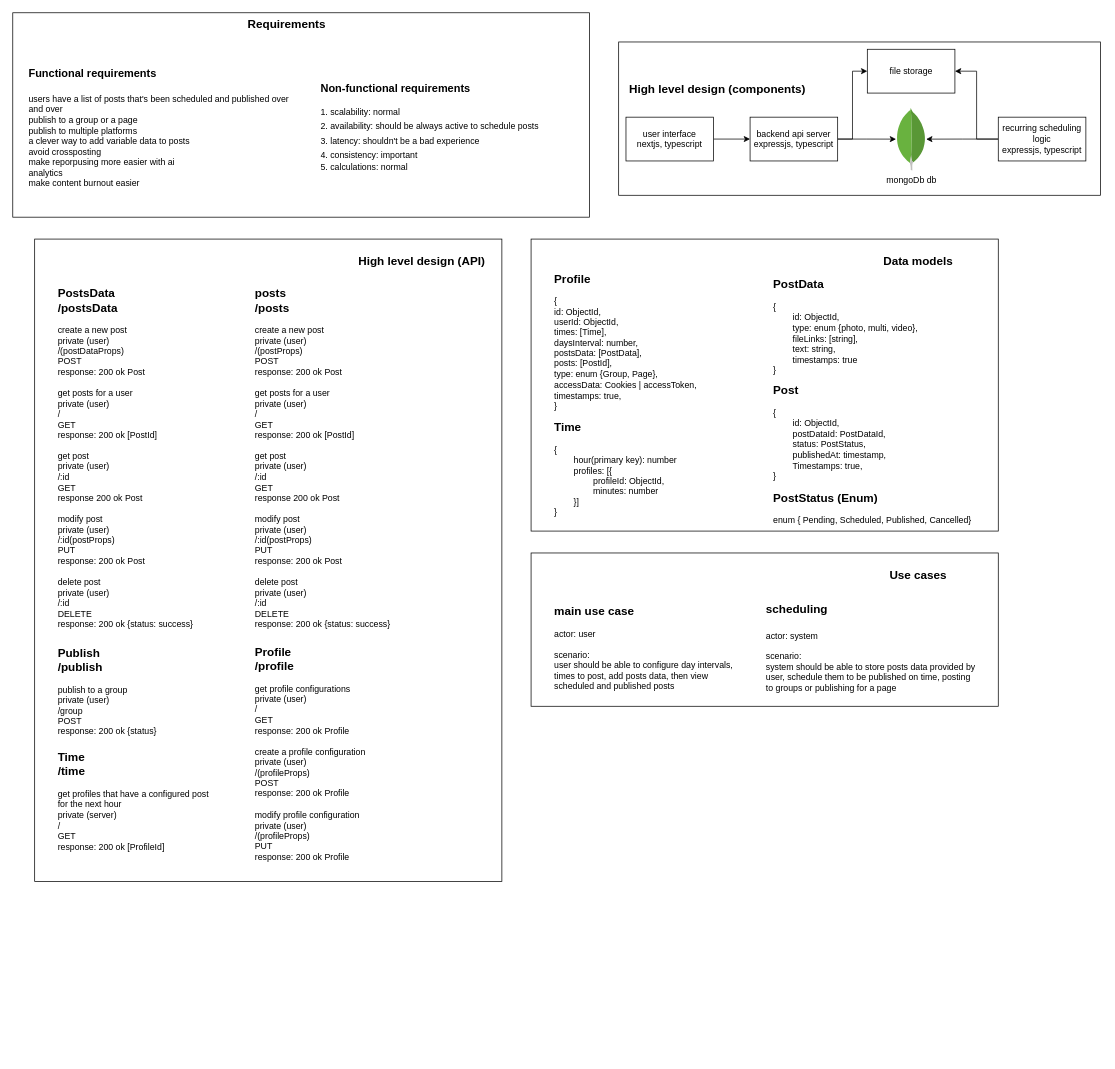
The draw.io diagram page "high-level" (1 of 3) of auto-post.drawio in ahmed-elbehairy7/pamylka-system-design, before the edit. Source tidied: cells renumbered, new cells numbered last; positions are measured from the earlier drawing's top-left corner, leaving out a move shared by most shapes. Both pictures are drawn from the tidied source at 73%, with x=0, y=0 at pixel (12, 12).
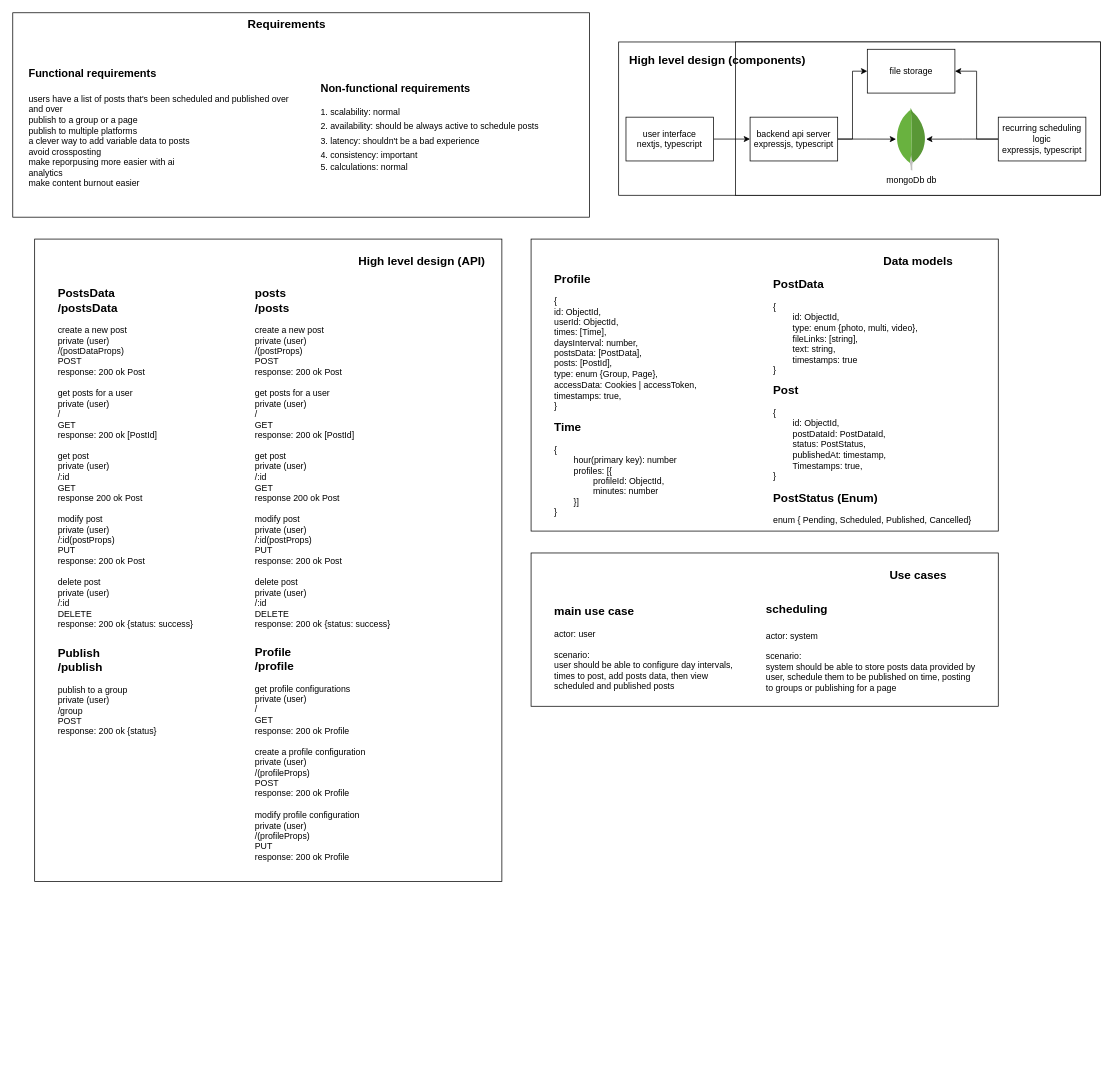
The same diagram, later.

What changed in the source:
```diff
@@
     <mxCell id="2" style="group;" parent="1" vertex="1">
-      <mxGeometry x="830" y="40" width="660" height="210" as="geometry" />
+      <mxGeometry x="830" y="40" width="662" height="210" as="geometry" />
     </mxCell>
@@
+    <mxCell id="41" style="whiteSpace=wrap;html=1;fontSize=10;" parent="2" vertex="1">
+      <mxGeometry x="160" width="500" height="210" as="geometry" />
+    </mxCell>
@@
     <mxCell id="10" value="&lt;font style=&quot;font-size: 16px;&quot;&gt;&lt;b&gt;High level design (components)&lt;/b&gt;&lt;/font&gt;" style="text;html=1;align=center;verticalAlign=middle;strokeColor=none;fillColor=none;" parent="2" vertex="1">
-      <mxGeometry y="50" width="270" height="30" as="geometry" />
+      <mxGeometry y="10" width="270" height="30" as="geometry" />
     </mxCell>
@@
     <mxCell id="15" style="group;" parent="1" vertex="1">
-      <mxGeometry x="30" y="310" width="640" height="1120" as="geometry" />
+      <mxGeometry x="30" y="310" width="640" height="878" as="geometry" />
     </mxCell>
@@
-    <mxCell id="22" value="&lt;div&gt;&lt;b style=&quot;font-size: 16px; background-color: transparent; color: light-dark(rgb(0, 0, 0), rgb(255, 255, 255));&quot;&gt;Time&lt;/b&gt;&lt;/div&gt;&lt;div&gt;&lt;b style=&quot;font-size: 16px; background-color: transparent; color: light-dark(rgb(0, 0, 0), rgb(255, 255, 255));&quot;&gt;/time&lt;/b&gt;&lt;/div&gt;&lt;div&gt;&lt;br&gt;&lt;/div&gt;&lt;div&gt;get profiles that have a configured post&lt;/div&gt;&lt;div&gt;for the next hour&lt;/div&gt;&lt;div&gt;&lt;span style=&quot;background-color: transparent; color: light-dark(rgb(0, 0, 0), rgb(255, 255, 255));&quot;&gt;private (server)&lt;/span&gt;&lt;/div&gt;&lt;div&gt;/&lt;/div&gt;&lt;div&gt;GET&lt;/div&gt;&lt;div&gt;response: 200 ok [ProfileId]&lt;/div&gt;" style="text;html=1;align=left;verticalAlign=middle;strokeColor=none;fillColor=none;" parent="15" vertex="1">
-      <mxGeometry x="30" y="695" width="230" height="150" as="geometry" />
-    </mxCell>
```
